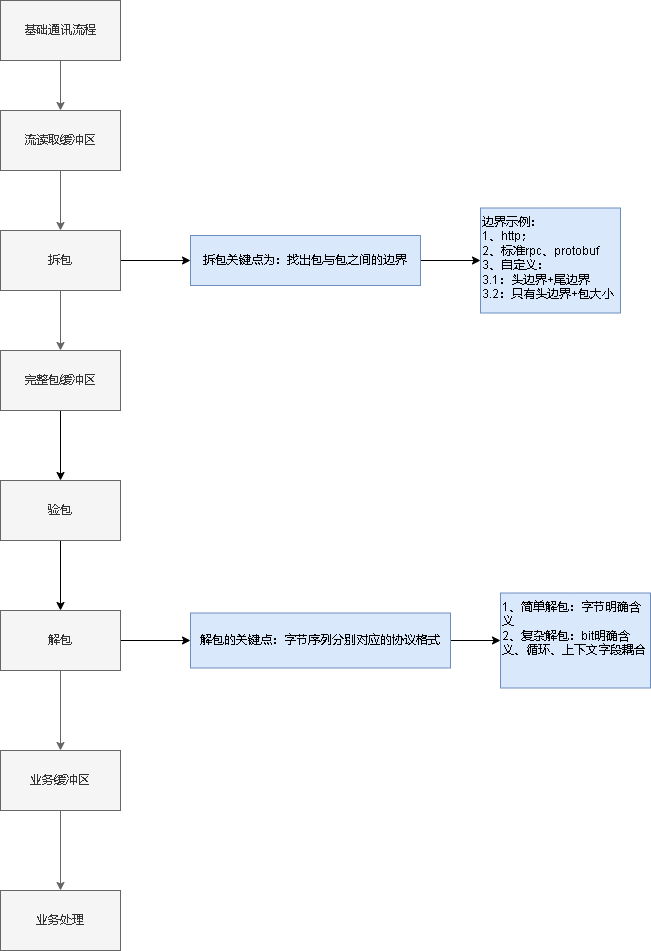
xktder/draw keeps this draw.io diagram as cgo8_通讯设计.drawio.png. Above is the earlier version. Source tidied: cells renumbered, new cells last; positions are measured from the earlier drawing's top-left corner, leaving out a move shared by most shapes.
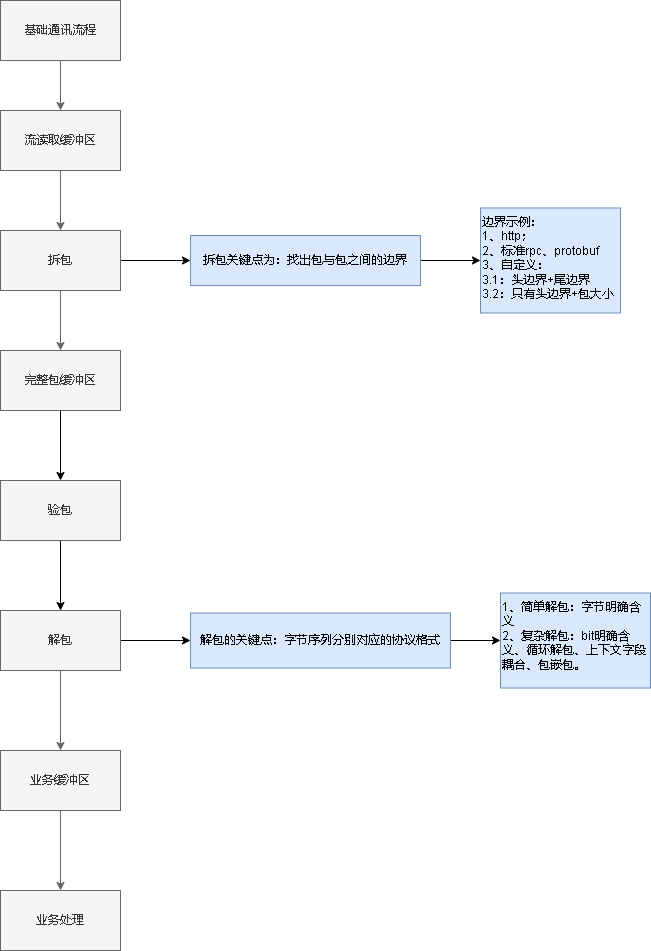
After the change.

Commit message:
更新cgo8_通讯设计.drawio.png

What changed in the source:
```diff
@@ -68,7 +68,7 @@
     <mxCell id="23" value="验包" style="whiteSpace=wrap;html=1;rounded=0;fillColor=#f5f5f5;fontColor=#333333;strokeColor=#666666;" parent="1" vertex="1">
       <mxGeometry y="480" width="120" height="60" as="geometry" />
     </mxCell>
-    <mxCell id="24" value="1、简单解包：字节明确含义&lt;br&gt;2、复杂解包：bit明确含义、循环、上下文字段耦合" style="whiteSpace=wrap;html=1;fillColor=#dae8fc;strokeColor=#6c8ebf;rounded=0;align=left;verticalAlign=top;" parent="1" vertex="1">
+    <mxCell id="24" value="1、简单解包：字节明确含义&lt;br&gt;2、复杂解包：bit明确含义、循环解包、上下文字段耦合、包嵌包。" style="whiteSpace=wrap;html=1;fillColor=#dae8fc;strokeColor=#6c8ebf;rounded=0;align=left;verticalAlign=top;" parent="1" vertex="1">
       <mxGeometry x="500" y="592.5" width="150" height="95" as="geometry" />
     </mxCell>
   </root>
```
